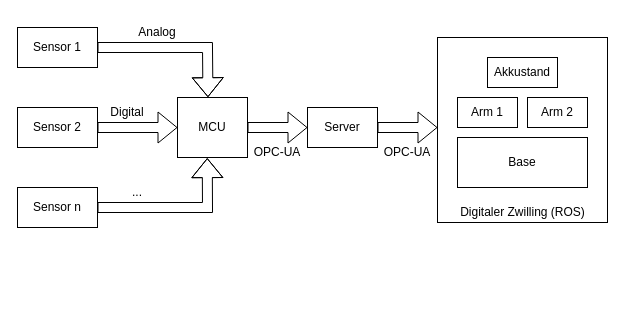
Before: Untitled Diagram.drawio in Feeee23/DrawIO, a draw.io diagram. Source tidied: cells renumbered, new cells numbered last; positions are measured from the earlier drawing's top-left corner, leaving out a move shared by most shapes. Both pictures are drawn from the tidied source at 100%, with x=0, y=0 at pixel (17, 17).
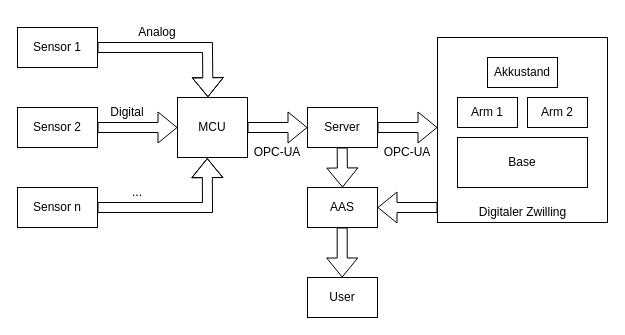
Above is the later version.

Unchanged cells that the change refers to:
```xml
<mxCell id="14" style="group;" parent="1" vertex="1">
  <mxGeometry x="420" y="20" width="170" height="190" as="geometry" />
</mxCell>
<mxCell id="15" style="rounded=0;whiteSpace=wrap;html=1;" parent="14" vertex="1">
  <mxGeometry width="170" height="185" as="geometry" />
</mxCell>
```

Diff of the diagram source:
```diff
@@
-    <mxCell id="20" value="Digitaler Zwilling (ROS)" style="text;html=1;strokeColor=none;fillColor=none;align=center;verticalAlign=middle;whiteSpace=wrap;rounded=0;" parent="14" vertex="1">
+    <mxCell id="20" value="Digitaler Zwilling" style="text;html=1;strokeColor=none;fillColor=none;align=center;verticalAlign=middle;whiteSpace=wrap;rounded=0;" parent="14" vertex="1">
       <mxGeometry x="17.5" y="160" width="135" height="30" as="geometry" />
     </mxCell>
@@
+    <mxCell id="24" style="shape=flexArrow;endArrow=classic;html=1;rounded=0;exitX=1;exitY=0.5;exitDx=0;exitDy=0;" parent="1" edge="1">
+      <mxGeometry relative="1" as="geometry">
+        <mxPoint x="324.7" y="210" as="sourcePoint" />
+        <mxPoint x="324.7" y="260" as="targetPoint" />
+      </mxGeometry>
+    </mxCell>
+    <mxCell id="25" value="User" style="rounded=0;whiteSpace=wrap;html=1;" parent="1" vertex="1">
+      <mxGeometry x="290" y="260" width="70" height="40" as="geometry" />
+    </mxCell>
+    <mxCell id="26" value="AAS" style="rounded=0;whiteSpace=wrap;html=1;" parent="1" vertex="1">
+      <mxGeometry x="290" y="170" width="70" height="40" as="geometry" />
+    </mxCell>
+    <mxCell id="27" style="shape=flexArrow;endArrow=classic;html=1;rounded=0;exitX=1;exitY=0.5;exitDx=0;exitDy=0;" parent="1" edge="1">
+      <mxGeometry relative="1" as="geometry">
+        <mxPoint x="324.7" y="130" as="sourcePoint" />
+        <mxPoint x="325" y="170" as="targetPoint" />
+      </mxGeometry>
+    </mxCell>
+    <mxCell id="28" style="shape=flexArrow;endArrow=classic;html=1;rounded=0;exitX=0;exitY=0.919;exitDx=0;exitDy=0;exitPerimeter=0;entryX=1;entryY=0.5;entryDx=0;entryDy=0;" parent="1" edge="1" source="15" target="26">
+      <mxGeometry relative="1" as="geometry" />
+    </mxCell>
```
